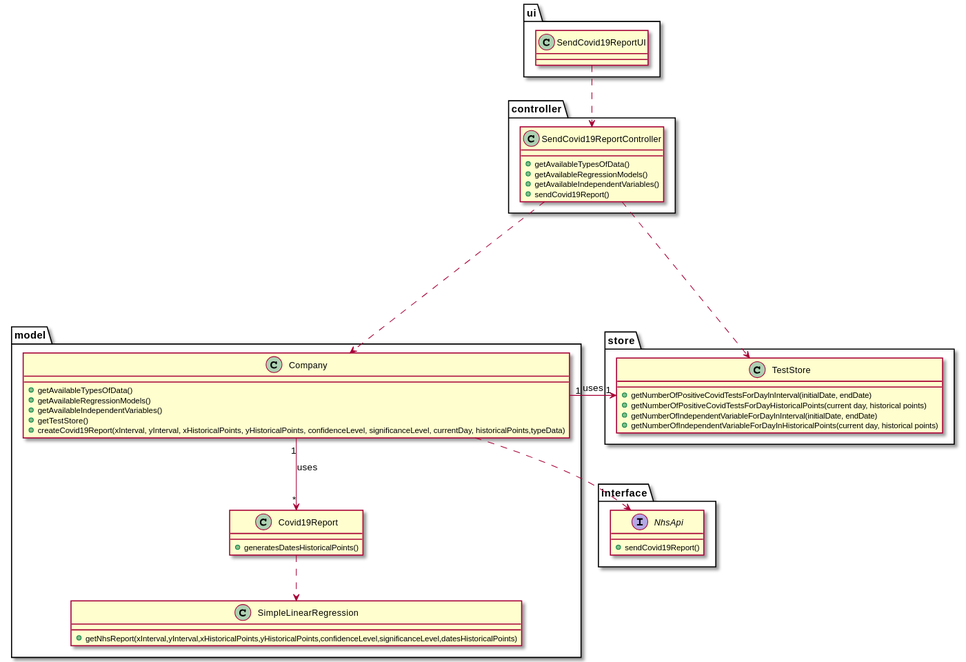
Earlier version of the PlantUML export docs/SprintD/US18/US18_CD.svg (manu-07-ela/LAPR2_ISEP). The source it was exported from:
```plantuml
@startuml


package ui{
class SendCovid19ReportUI
}

package controller{
class SendCovid19ReportController
}


package model{
class Company
class Covid19Report
class SimpleLinearRegression
}

package store{
class TestStore
}
package interface{
interface NhsApi
}

class SendCovid19ReportController {
+getAvailableTypesOfData()
+getAvailableRegressionModels()
+getAvailableIndependentVariables()
+sendCovid19Report()
}

class Company{
+getAvailableTypesOfData()
+getAvailableRegressionModels()
+getAvailableIndependentVariables()
+getTestStore()
+createCovid19Report(xInterval, yInterval, xHistoricalPoints, yHistoricalPoints, confidenceLevel, significanceLevel, currentDay, historicalPoints,typeData)
}

class TestStore{
+getNumberOfPositiveCovidTestsForDayInInterval(initialDate, endDate)
+getNumberOfPositiveCovidTestsForDayHistoricalPoints(current day, historical points)
+getNumberOfIndependentVariableForDayInInterval(initialDate, endDate)
+getNumberOfIndependentVariableForDayInHistoricalPoints(current day, historical points)
}

class Covid19Report{
+generatesDatesHistoricalPoints()
}

class SimpleLinearRegression{
+getNhsReport(xInterval,yInterval,xHistoricalPoints,yHistoricalPoints,confidenceLevel,significanceLevel,datesHistoricalPoints)
}

interface NhsApi{
+sendCovid19Report()
}

SendCovid19ReportUI ..> SendCovid19ReportController
SendCovid19ReportController ....> Company
SendCovid19ReportController ...> TestStore
Company"1" --> "*" Covid19Report : uses
Company "1" -> "1" TestStore : uses
Company..>NhsApi
Covid19Report ..> SimpleLinearRegression


@enduml
```
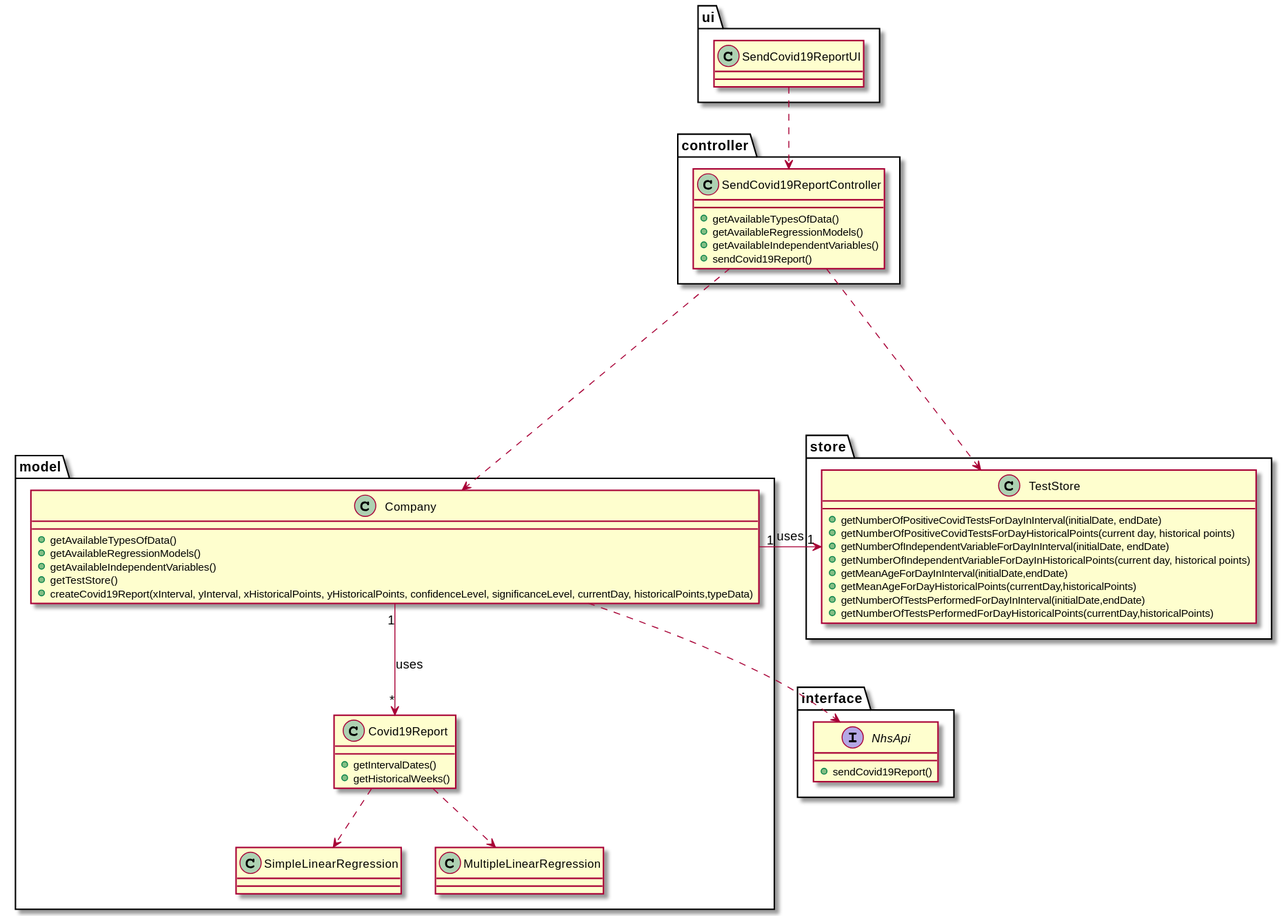
After the change.

Diff of the diagram source:
```diff
@@ -14,6 +14,7 @@
 class Company
 class Covid19Report
 class SimpleLinearRegression
+class MultipleLinearRegression
 }
 
 package store{
@@ -43,14 +44,21 @@
 +getNumberOfPositiveCovidTestsForDayHistoricalPoints(current day, historical points)
 +getNumberOfIndependentVariableForDayInInterval(initialDate, endDate)
 +getNumberOfIndependentVariableForDayInHistoricalPoints(current day, historical points)
++getMeanAgeForDayInInterval(initialDate,endDate)
++getMeanAgeForDayHistoricalPoints(currentDay,historicalPoints)
++getNumberOfTestsPerformedForDayInInterval(initialDate,endDate)
++getNumberOfTestsPerformedForDayHistoricalPoints(currentDay,historicalPoints)
 }
 
 class Covid19Report{
-+generatesDatesHistoricalPoints()
++getIntervalDates()
++getHistoricalWeeks()
 }
 
 class SimpleLinearRegression{
-+getNhsReport(xInterval,yInterval,xHistoricalPoints,yHistoricalPoints,confidenceLevel,significanceLevel,datesHistoricalPoints)
+}
+
+class MultipleLinearRegression{
 }
 
 interface NhsApi{
@@ -64,6 +72,7 @@
 Company "1" -> "1" TestStore : uses
 Company..>NhsApi
 Covid19Report ..> SimpleLinearRegression
+Covid19Report ..> MultipleLinearRegression
 
 
 @enduml
```
